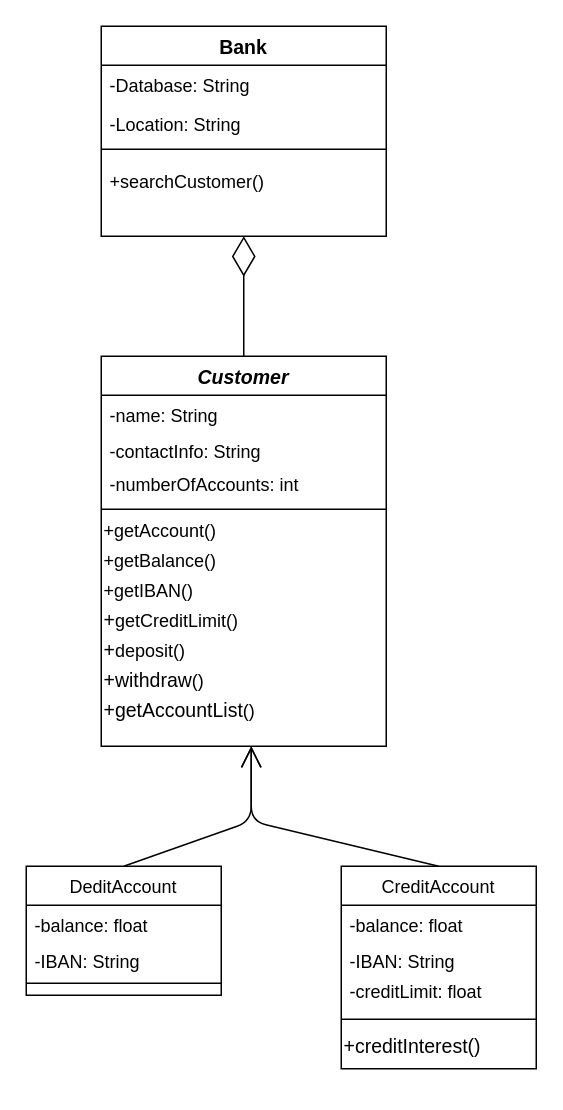
Before: PankkiKuvio6.2.drawio in ArttuJahva/NewRepo, a draw.io diagram. Source tidied: cells renumbered, new cells numbered last; positions are measured from the earlier drawing's top-left corner, leaving out a move shared by most shapes. Both pictures are drawn from the tidied source at 150%, with x=0, y=0 at pixel (26, 26).
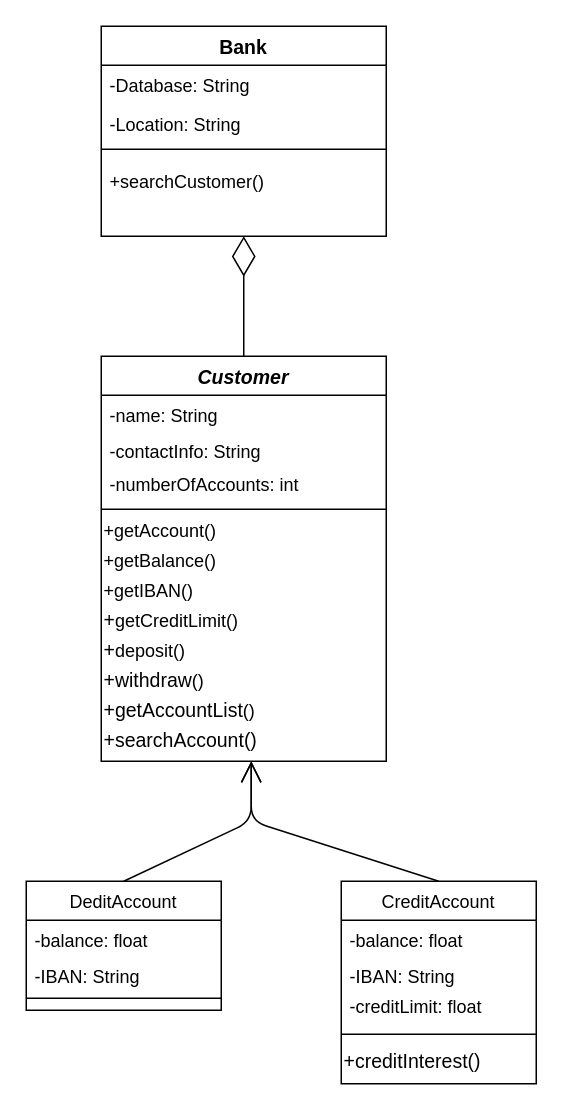
After the change.

Change to the diagram source:
```diff
@@
     <mxCell id="2" value="Customer" style="swimlane;fontStyle=3;align=center;verticalAlign=top;horizontal=1;startSize=26;rounded=0;shadow=0;strokeWidth=1;fontSize=13;" parent="1" vertex="1">
-      <mxGeometry x="50" y="220" width="190" height="260" as="geometry" />
+      <mxGeometry x="50" y="220" width="190" height="270" as="geometry" />
     </mxCell>
@@
+    <mxCell id="32" value="+searchAccount()" style="text;html=1;align=left;verticalAlign=middle;fontSize=13;" parent="2" vertex="1">
+      <mxGeometry y="246" width="190" height="20" as="geometry" />
+    </mxCell>
     <mxCell id="14" value="CreditAccount" style="swimlane;fontStyle=0;align=center;verticalAlign=top;horizontal=1;startSize=26;rounded=0;shadow=0;strokeWidth=1;" parent="1" vertex="1">
-      <mxGeometry x="210" y="560" width="130" height="135" as="geometry" />
+      <mxGeometry x="210" y="570" width="130" height="135" as="geometry" />
     </mxCell>
@@
     <mxCell id="25" value="DeditAccount" style="swimlane;fontStyle=0;align=center;verticalAlign=top;horizontal=1;startSize=26;rounded=0;shadow=0;strokeWidth=1;" parent="1" vertex="1">
-      <mxGeometry y="560" width="130" height="86" as="geometry" />
+      <mxGeometry y="570" width="130" height="86" as="geometry" />
     </mxCell>
@@
     <mxCell id="30" style="endArrow=open;endFill=1;endSize=12;html=1;fontSize=13;exitX=0.5;exitY=0;exitDx=0;exitDy=0;" parent="1" edge="1" source="25">
       <mxGeometry relative="1" as="geometry">
-        <mxPoint x="150" y="480" as="targetPoint" />
+        <mxPoint x="150" y="490" as="targetPoint" />
         <Array as="points">
           <mxPoint x="150" y="530" />
         </Array>
       </mxGeometry>
     </mxCell>
     <mxCell id="31" style="endArrow=open;endFill=1;endSize=12;html=1;fontSize=13;exitX=0.5;exitY=0;exitDx=0;exitDy=0;" parent="1" edge="1" source="14">
       <mxGeometry relative="1" as="geometry">
-        <mxPoint x="150" y="480" as="targetPoint" />
+        <mxPoint x="150" y="490" as="targetPoint" />
         <Array as="points">
           <mxPoint x="150" y="530" />
         </Array>
       </mxGeometry>
     </mxCell>
```
